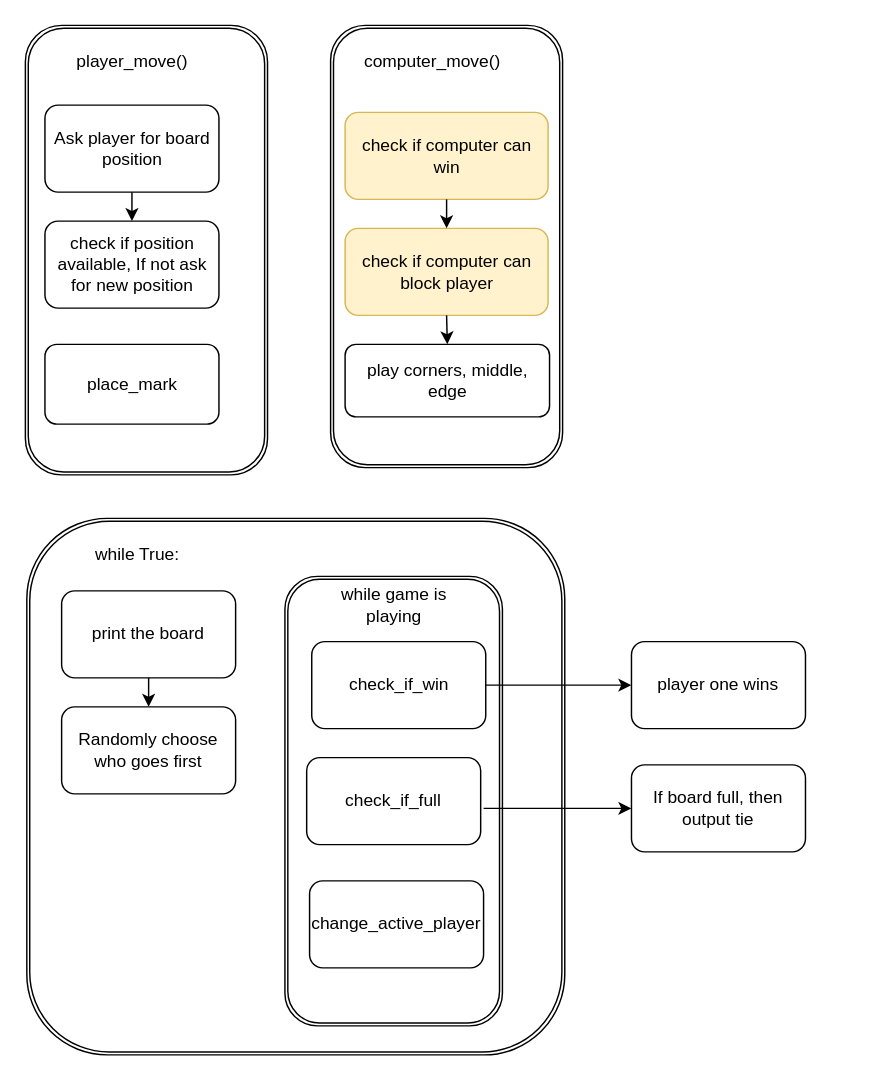
Above: TicTacToe.drawio in gbrough/tic_tac_toe (draw.io), before the change. Source tidied: cells renumbered, new cells numbered last; positions are measured from the earlier drawing's top-left corner, leaving out a move shared by most shapes. Both pictures are drawn from the tidied source at 145%, with x=0, y=0 at pixel (25, 25).
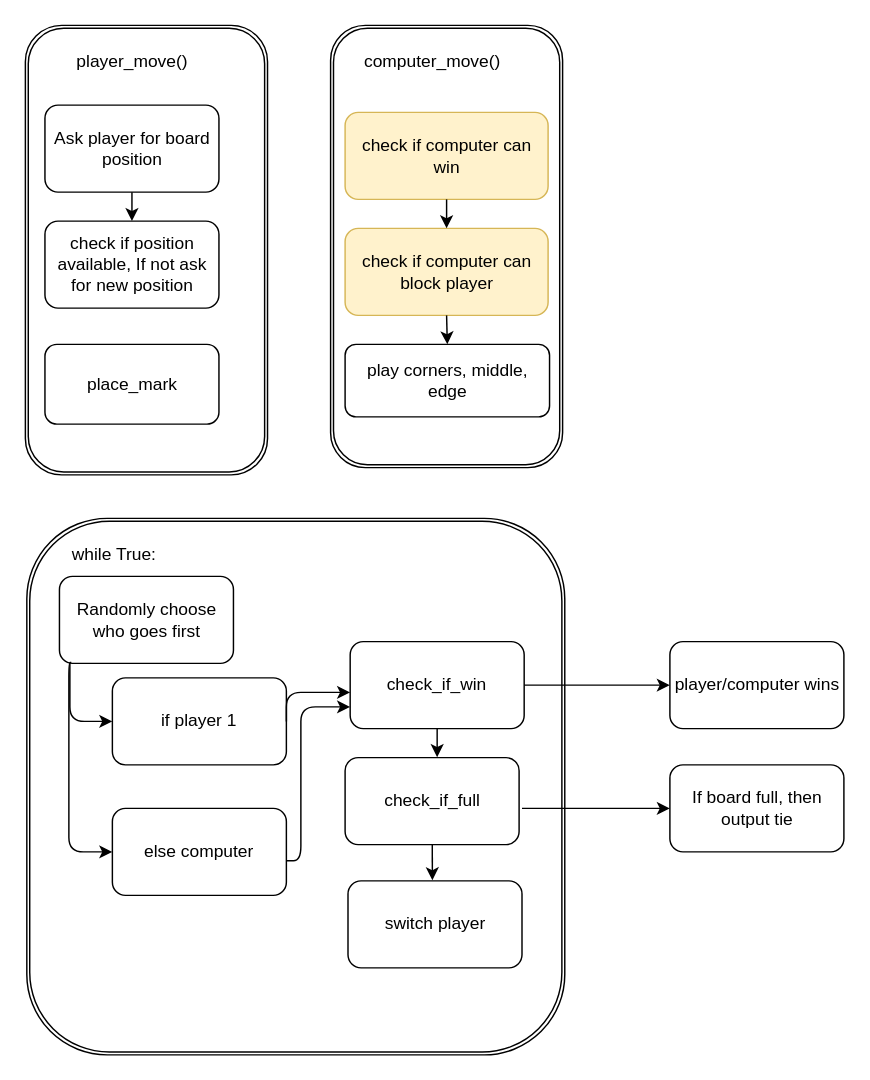
Above is the later version.

The edit, as a diff of the source:
```diff
@@
-    <mxCell id="3" style="shape=ext;double=1;rounded=1;whiteSpace=wrap;html=1;" parent="1" vertex="1">
-      <mxGeometry x="179" y="380" width="150" height="310" as="geometry" />
-    </mxCell>
@@
     <mxCell id="6" value="Randomly choose who goes first" style="rounded=1;whiteSpace=wrap;html=1;" parent="1" vertex="1">
-      <mxGeometry x="25" y="470" width="120" height="60" as="geometry" />
+      <mxGeometry x="23.5" y="380" width="120" height="60" as="geometry" />
     </mxCell>
-    <mxCell id="7" value="print the board" style="rounded=1;whiteSpace=wrap;html=1;" parent="1" vertex="1">
-      <mxGeometry x="25" y="390" width="120" height="60" as="geometry" />
-    </mxCell>
@@
     <mxCell id="12" value="check_if_full" style="rounded=1;whiteSpace=wrap;html=1;" parent="1" vertex="1">
-      <mxGeometry x="194" y="505" width="120" height="60" as="geometry" />
+      <mxGeometry x="220.5" y="505" width="120" height="60" as="geometry" />
     </mxCell>
     <mxCell id="13" value="If board full, then output tie" style="rounded=1;whiteSpace=wrap;html=1;" parent="1" vertex="1">
-      <mxGeometry x="418" y="510" width="120" height="60" as="geometry" />
+      <mxGeometry x="444.5" y="510" width="120" height="60" as="geometry" />
     </mxCell>
     <mxCell id="14" value="check_if_win" style="rounded=1;whiteSpace=wrap;html=1;" parent="1" vertex="1">
-      <mxGeometry x="197.5" y="425" width="120" height="60" as="geometry" />
+      <mxGeometry x="224" y="425" width="120" height="60" as="geometry" />
     </mxCell>
-    <mxCell id="15" value="change_active_player" style="rounded=1;whiteSpace=wrap;html=1;" parent="1" vertex="1">
-      <mxGeometry x="196" y="590" width="120" height="60" as="geometry" />
+    <mxCell id="15" value="switch player" style="rounded=1;whiteSpace=wrap;html=1;" parent="1" vertex="1">
+      <mxGeometry x="222.5" y="590" width="120" height="60" as="geometry" />
     </mxCell>
-    <mxCell id="16" value="player one wins" style="rounded=1;whiteSpace=wrap;html=1;" parent="1" vertex="1">
-      <mxGeometry x="418" y="425" width="120" height="60" as="geometry" />
+    <mxCell id="16" value="player/computer wins" style="rounded=1;whiteSpace=wrap;html=1;" parent="1" vertex="1">
+      <mxGeometry x="444.5" y="425" width="120" height="60" as="geometry" />
     </mxCell>
@@
-    <mxCell id="18" style="endArrow=classic;html=1;entryX=0.5;entryY=0;entryDx=0;entryDy=0;exitX=0.5;exitY=1;exitDx=0;exitDy=0;" parent="1" edge="1" source="7" target="6">
-      <mxGeometry relative="1" as="geometry" />
-    </mxCell>
@@
     <mxCell id="22" style="endArrow=classic;html=1;startArrow=none;entryX=0;entryY=0.5;entryDx=0;entryDy=0;" parent="1" edge="1" target="13">
       <mxGeometry relative="1" as="geometry">
-        <mxPoint x="316" y="540" as="sourcePoint" />
+        <mxPoint x="342.5" y="540" as="sourcePoint" />
       </mxGeometry>
     </mxCell>
@@
-    <mxCell id="24" value="while game is playing" style="text;html=1;strokeColor=none;fillColor=none;align=center;verticalAlign=middle;whiteSpace=wrap;rounded=0;" parent="1" vertex="1">
-      <mxGeometry x="197.5" y="390" width="113" height="20" as="geometry" />
-    </mxCell>
@@
     <mxCell id="26" value="while True:" style="text;html=1;strokeColor=none;fillColor=none;align=center;verticalAlign=middle;whiteSpace=wrap;rounded=0;" parent="1" vertex="1">
-      <mxGeometry x="40" y="355" width="75" height="20" as="geometry" />
+      <mxGeometry x="23.5" y="355" width="75" height="20" as="geometry" />
     </mxCell>
@@
+    <mxCell id="29" value="if player 1" style="rounded=1;whiteSpace=wrap;html=1;" parent="1" vertex="1">
+      <mxGeometry x="60" y="450" width="120" height="60" as="geometry" />
+    </mxCell>
+    <mxCell id="30" value="else computer" style="rounded=1;whiteSpace=wrap;html=1;" parent="1" vertex="1">
+      <mxGeometry x="60" y="540" width="120" height="60" as="geometry" />
+    </mxCell>
+    <mxCell id="31" style="edgeStyle=segmentEdgeStyle;endArrow=classic;html=1;exitX=0.06;exitY=0.993;exitDx=0;exitDy=0;entryX=0;entryY=0.5;entryDx=0;entryDy=0;exitPerimeter=0;" parent="1" edge="1" source="6" target="29">
+      <mxGeometry relative="1" as="geometry">
+        <Array as="points">
+          <mxPoint x="31" y="480" />
+        </Array>
+      </mxGeometry>
+    </mxCell>
+    <mxCell id="32" style="edgeStyle=segmentEdgeStyle;endArrow=classic;html=1;entryX=0;entryY=0.5;entryDx=0;entryDy=0;exitX=0.068;exitY=0.99;exitDx=0;exitDy=0;exitPerimeter=0;" parent="1" edge="1" source="6" target="30">
+      <mxGeometry relative="1" as="geometry">
+        <Array as="points">
+          <mxPoint x="30" y="439" />
+          <mxPoint x="30" y="570" />
+        </Array>
+      </mxGeometry>
+    </mxCell>
+    <mxCell id="33" style="edgeStyle=segmentEdgeStyle;endArrow=classic;html=1;exitX=1;exitY=0.5;exitDx=0;exitDy=0;" parent="1" edge="1" source="29" target="14">
+      <mxGeometry relative="1" as="geometry">
+        <Array as="points">
+          <mxPoint x="180" y="460" />
+        </Array>
+      </mxGeometry>
+    </mxCell>
+    <mxCell id="34" style="edgeStyle=segmentEdgeStyle;endArrow=classic;html=1;exitX=0.998;exitY=0.602;exitDx=0;exitDy=0;exitPerimeter=0;" parent="1" edge="1" source="30">
+      <mxGeometry relative="1" as="geometry">
+        <mxPoint x="224" y="470" as="targetPoint" />
+        <Array as="points">
+          <mxPoint x="190" y="576" />
+          <mxPoint x="190" y="470" />
+        </Array>
+      </mxGeometry>
+    </mxCell>
+    <mxCell id="35" style="endArrow=classic;html=1;exitX=0.5;exitY=1;exitDx=0;exitDy=0;entryX=0.529;entryY=-0.005;entryDx=0;entryDy=0;entryPerimeter=0;" parent="1" edge="1" source="14" target="12">
+      <mxGeometry relative="1" as="geometry" />
+    </mxCell>
+    <mxCell id="36" style="endArrow=classic;html=1;entryX=0.485;entryY=-0.007;entryDx=0;entryDy=0;entryPerimeter=0;" parent="1" edge="1" source="12" target="15">
+      <mxGeometry relative="1" as="geometry" />
+    </mxCell>
```
